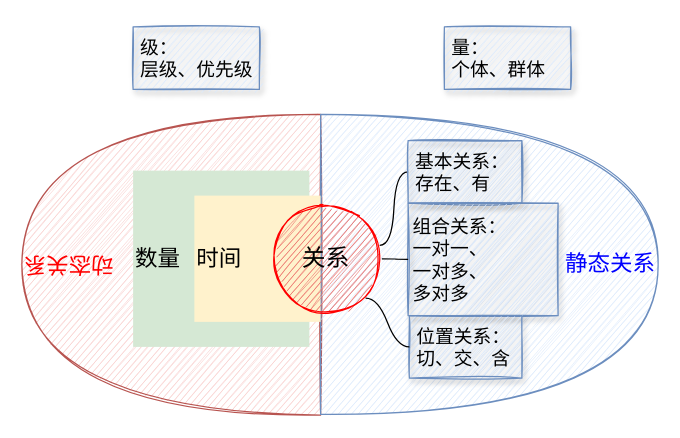
This is 关系的级与量.drawio from ZYMDB/mindMap, a draw.io file, before an edit. Source tidied: cells renumbered, new cells numbered last; positions are measured from the earlier drawing's top-left corner, leaving out a move shared by most shapes. Both pictures are drawn from the tidied source at 125%, with x=0, y=0 at pixel (21, 26).
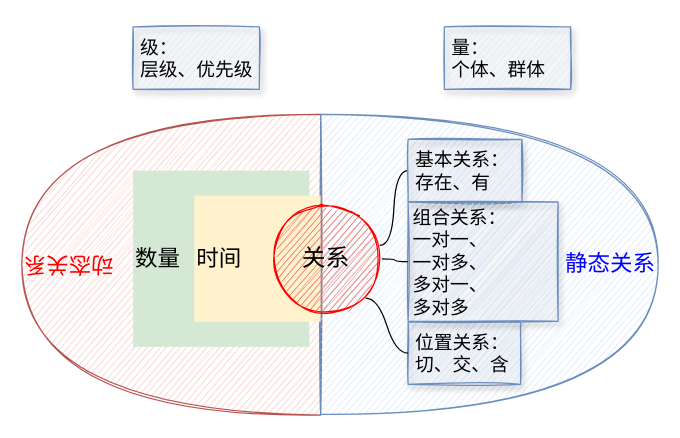
The same page after the edit.

Commit message:
更新关系的级与量.drawio

Diff of the diagram source:
```diff
@@
 <mxGraphModel>
   <root>
     <mxCell id="0" />
     <mxCell id="1" parent="0" />
     <mxCell id="2" value="&lt;font color=&quot;#ff0000&quot;&gt;动态关系&lt;/font&gt;" style="shape=or;whiteSpace=wrap;html=1;fontSize=18;fillColor=#f8cecc;rotation=-180;strokeColor=#b85450;align=right;sketch=1;transform: rotate(180deg);" parent="1" vertex="1">
       <mxGeometry y="70" width="239" height="240.5" as="geometry" />
     </mxCell>
     <mxCell id="3" value="&lt;font color=&quot;#0000ff&quot;&gt;静态关系&lt;/font&gt;" style="shape=or;whiteSpace=wrap;html=1;fontSize=18;fillColor=#dae8fc;strokeColor=#6c8ebf;align=right;sketch=1;" parent="1" vertex="1">
       <mxGeometry x="239" y="70" width="270" height="240" as="geometry" />
     </mxCell>
     <mxCell id="4" value="数量" style="whiteSpace=wrap;html=1;fontSize=18;fillColor=#d5e8d4;strokeColor=none;align=left;" parent="1" vertex="1">
       <mxGeometry x="89" y="115" width="141" height="141" as="geometry" />
     </mxCell>
     <mxCell id="5" value="&lt;font style=&quot;font-size: 18px;&quot;&gt;时间&lt;/font&gt;" style="whiteSpace=wrap;html=1;fillColor=#fff2cc;strokeColor=none;align=left;" parent="1" vertex="1">
       <mxGeometry x="138" y="135" width="101" height="101" as="geometry" />
     </mxCell>
     <mxCell id="6" value="&lt;font style=&quot;font-size: 19px;&quot;&gt;关系&lt;/font&gt;" style="ellipse;whiteSpace=wrap;html=1;fillColor=#EA6B66;strokeColor=#FF0000;sketch=1;fillStyle=auto;" parent="1" vertex="1">
       <mxGeometry x="199" y="141" width="89" height="89" as="geometry" />
     </mxCell>
     <mxCell id="7" value="级：&#10;层级、优先级" style="text;strokeColor=#6c8ebf;fillColor=#dae8fc;align=left;verticalAlign=middle;spacingLeft=4;spacingRight=4;overflow=hidden;fontSize=15;rounded=0;labelPosition=center;verticalLabelPosition=middle;whiteSpace=wrap;sketch=1;shadow=1;" parent="1" vertex="1">
       <mxGeometry x="89" width="101" height="50" as="geometry" />
     </mxCell>
     <mxCell id="8" style="edgeStyle=entityRelationEdgeStyle;startArrow=none;endArrow=none;segment=10;curved=1;rounded=0;fontSize=19;exitX=0.98;exitY=0.38;exitDx=0;exitDy=0;exitPerimeter=0;entryX=0;entryY=0.5;entryDx=0;entryDy=0;" parent="1" edge="1" source="6" target="9">
       <mxGeometry relative="1" as="geometry" />
     </mxCell>
     <mxCell id="9" value="基本关系：&#10;存在、有" style="text;strokeColor=#6c8ebf;fillColor=#dae8fc;align=left;verticalAlign=middle;spacingLeft=4;spacingRight=4;overflow=hidden;points=[[0,0.5],[1,0.5]];portConstraint=eastwest;fontSize=15;rounded=0;labelPosition=center;verticalLabelPosition=middle;whiteSpace=wrap;sketch=1;shadow=1;" parent="1" vertex="1">
-      <mxGeometry x="309" y="91" width="91" height="50" as="geometry" />
+      <mxGeometry x="309" y="90" width="91" height="50" as="geometry" />
     </mxCell>
-    <mxCell id="10" value="组合关系：&#10;一对一、&#10;一对多、&#10;多对多" style="text;strokeColor=#6c8ebf;fillColor=#dae8fc;align=left;verticalAlign=middle;spacingLeft=4;spacingRight=0;overflow=hidden;points=[[0,0.5],[1,0.5]];portConstraint=eastwest;fontSize=15;rounded=0;labelPosition=center;verticalLabelPosition=middle;whiteSpace=wrap;sketch=1;shadow=1;glass=0;spacing=0;" parent="1" vertex="1">
-      <mxGeometry x="309" y="141" width="120" height="90" as="geometry" />
+    <mxCell id="10" value="组合关系：&#10;一对一、&#10;一对多、&#10;多对一、&#10;多对多" style="text;strokeColor=#6c8ebf;fillColor=#dae8fc;align=left;verticalAlign=middle;spacingLeft=4;spacingRight=0;overflow=hidden;points=[[0,0.5],[1,0.5]];portConstraint=eastwest;fontSize=15;rounded=0;labelPosition=center;verticalLabelPosition=middle;whiteSpace=wrap;sketch=1;shadow=1;glass=0;spacing=0;" parent="1" vertex="1">
+      <mxGeometry x="309" y="140" width="120" height="95.5" as="geometry" />
     </mxCell>
     <mxCell id="11" style="edgeStyle=entityRelationEdgeStyle;startArrow=none;endArrow=none;segment=10;curved=1;rounded=0;fontSize=19;exitX=1;exitY=0.5;exitDx=0;exitDy=0;entryX=0;entryY=0.5;entryDx=0;entryDy=0;" parent="1" edge="1" source="6" target="10">
       <mxGeometry relative="1" as="geometry" />
     </mxCell>
     <mxCell id="12" value="位置关系：&#10;切、交、含" style="text;strokeColor=#6c8ebf;fillColor=#dae8fc;align=left;verticalAlign=middle;spacingLeft=4;spacingRight=4;overflow=hidden;points=[[0,0.5],[1,0.5]];portConstraint=eastwest;fontSize=15;rounded=0;labelPosition=center;verticalLabelPosition=middle;whiteSpace=wrap;sketch=1;shadow=1;" parent="1" vertex="1">
-      <mxGeometry x="310" y="231" width="90" height="50" as="geometry" />
+      <mxGeometry x="309" y="236" width="90" height="50" as="geometry" />
     </mxCell>
     <mxCell id="13" style="edgeStyle=entityRelationEdgeStyle;startArrow=none;endArrow=none;segment=10;curved=1;rounded=0;fontSize=19;exitX=1;exitY=1;exitDx=0;exitDy=0;" parent="1" edge="1" source="6" target="12">
       <mxGeometry relative="1" as="geometry" />
     </mxCell>
     <mxCell id="14" value="量：&#10;个体、群体" style="text;strokeColor=#6c8ebf;fillColor=#dae8fc;align=left;verticalAlign=middle;spacingLeft=4;spacingRight=4;overflow=hidden;fontSize=15;rounded=0;labelPosition=center;verticalLabelPosition=middle;whiteSpace=wrap;sketch=1;shadow=1;" parent="1" vertex="1">
       <mxGeometry x="338" width="101" height="50" as="geometry" />
     </mxCell>
   </root>
 </mxGraphModel>
```
